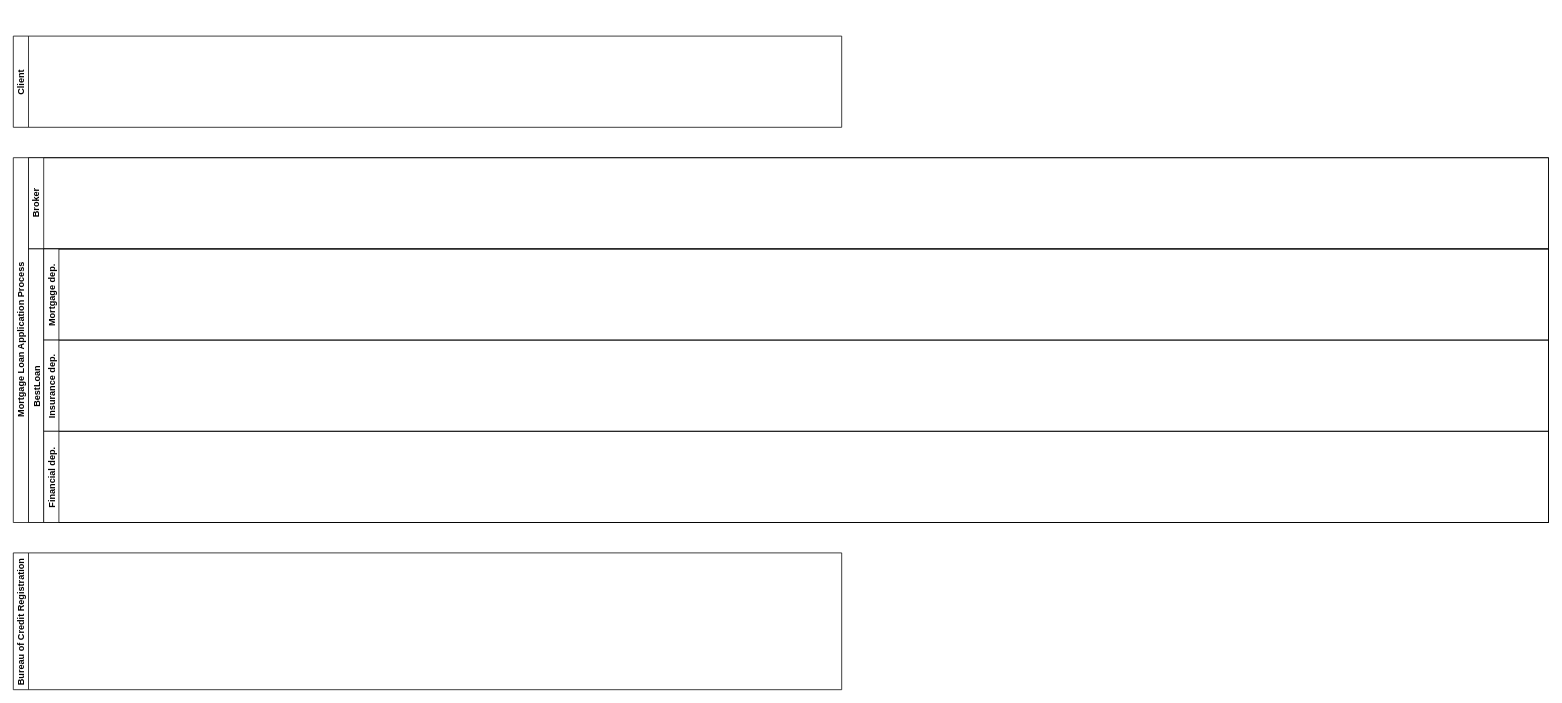
Above: mortgage_loan_process.drawio in gullskatten/BPMN-models (draw.io), before the change. Source tidied: cells renumbered, new cells numbered last; positions are measured from the earlier drawing's top-left corner, leaving out a move shared by most shapes. Both pictures are drawn from the tidied source at 76%, with x=0, y=0 at pixel (13, 36).
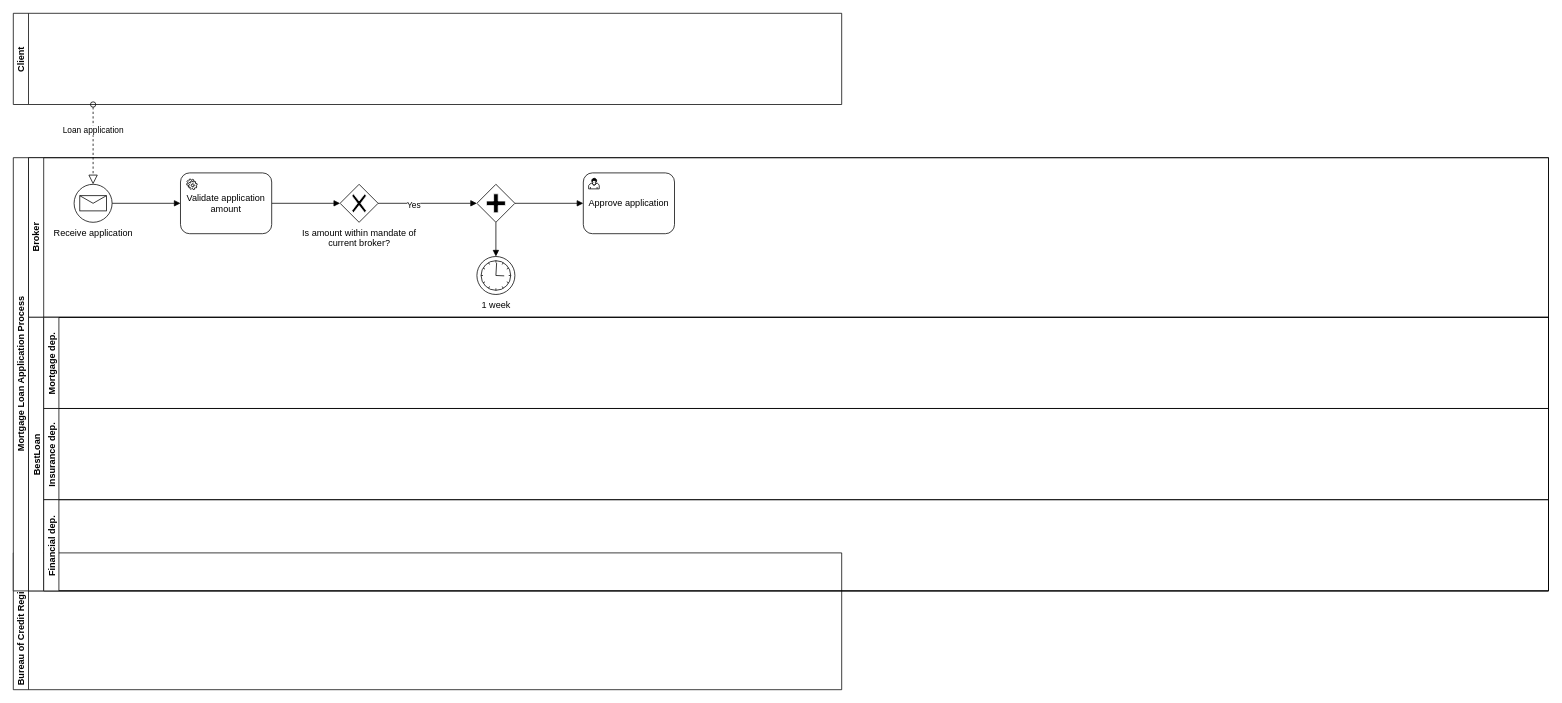
The same diagram, later.

The edit, as a diff of the source:
```diff
@@
     <mxCell id="3" value="Client" style="swimlane;startSize=20;horizontal=0;" parent="1" vertex="1">
-      <mxGeometry width="1090" height="120" as="geometry" />
+      <mxGeometry y="-30" width="1090" height="120" as="geometry" />
     </mxCell>
     <mxCell id="4" value="Mortgage Loan Application Process" style="swimlane;html=1;horizontal=0;startSize=20;" parent="1" vertex="1">
-      <mxGeometry y="160" width="2020" height="480" as="geometry" />
+      <mxGeometry y="160" width="2020" height="570" as="geometry" />
     </mxCell>
     <mxCell id="5" value="Broker" style="swimlane;html=1;startSize=20;horizontal=0;" parent="4" vertex="1">
-      <mxGeometry x="20" width="2000" height="120" as="geometry" />
+      <mxGeometry x="20" width="2000" height="210" as="geometry" />
     </mxCell>
+    <mxCell id="10" style="edgeStyle=orthogonalEdgeStyle;rounded=0;jettySize=auto;html=1;entryX=0;entryY=0.5;entryDx=0;entryDy=0;endArrow=block;endFill=1;" parent="5" edge="1" source="14" target="16">
+      <mxGeometry relative="1" as="geometry" />
+    </mxCell>
+    <mxCell id="11" style="edgeStyle=orthogonalEdgeStyle;rounded=0;jettySize=auto;html=1;entryX=0;entryY=0.5;entryDx=0;entryDy=0;endArrow=block;endFill=1;" parent="5" edge="1" source="12" target="21">
+      <mxGeometry relative="1" as="geometry" />
+    </mxCell>
+    <mxCell id="12" style="shape=mxgraph.bpmn.shape;html=1;verticalLabelPosition=bottom;labelBackgroundColor=#ffffff;verticalAlign=top;align=center;perimeter=rhombusPerimeter;background=gateway;outlineConnect=0;outline=none;symbol=parallelGw;" parent="5" vertex="1">
+      <mxGeometry x="590" y="35" width="50" height="50" as="geometry" />
+    </mxCell>
+    <mxCell id="13" value="Is amount within mandate of&lt;br&gt;current broker?" style="shape=mxgraph.bpmn.shape;html=1;verticalLabelPosition=bottom;labelBackgroundColor=#ffffff;verticalAlign=top;align=center;perimeter=rhombusPerimeter;background=gateway;outlineConnect=0;outline=none;symbol=exclusiveGw;" parent="5" vertex="1">
+      <mxGeometry x="410" y="35" width="50" height="50" as="geometry" />
+    </mxCell>
+    <mxCell id="14" value="Receive application" style="shape=mxgraph.bpmn.shape;html=1;verticalLabelPosition=bottom;labelBackgroundColor=#ffffff;verticalAlign=top;align=center;perimeter=ellipsePerimeter;outlineConnect=0;outline=standard;symbol=message;" parent="5" vertex="1">
+      <mxGeometry x="60" y="35" width="50" height="50" as="geometry" />
+    </mxCell>
+    <mxCell id="15" style="edgeStyle=orthogonalEdgeStyle;rounded=0;jettySize=auto;html=1;entryX=0;entryY=0.5;entryDx=0;entryDy=0;endArrow=block;endFill=1;" parent="5" edge="1" source="16" target="13">
+      <mxGeometry relative="1" as="geometry" />
+    </mxCell>
+    <mxCell id="16" value="Validate application&lt;br&gt;amount" style="html=1;whiteSpace=wrap;rounded=1;" parent="5" vertex="1">
+      <mxGeometry x="200" y="20" width="120" height="80" as="geometry" />
+    </mxCell>
+    <mxCell id="17" style="shape=mxgraph.bpmn.service_task;html=1;" parent="5" vertex="1">
+      <mxGeometry x="208" y="28" width="14" height="14" as="geometry" />
+    </mxCell>
+    <mxCell id="18" style="edgeStyle=orthogonalEdgeStyle;rounded=0;jettySize=auto;html=1;entryX=0.5;entryY=0;entryDx=0;entryDy=0;endArrow=block;endFill=1;exitX=0.5;exitY=1;exitDx=0;exitDy=0;" parent="5" edge="1" source="12" target="23">
+      <mxGeometry relative="1" as="geometry" />
+    </mxCell>
+    <mxCell id="19" style="edgeStyle=orthogonalEdgeStyle;rounded=0;jettySize=auto;html=1;endArrow=block;endFill=1;entryX=0;entryY=0.5;entryDx=0;entryDy=0;" parent="5" edge="1" source="13" target="12">
+      <mxGeometry relative="1" as="geometry" />
+    </mxCell>
+    <mxCell id="20" value="Yes" style="edgeLabel;html=1;align=center;verticalAlign=middle;" parent="19" vertex="1">
+      <mxGeometry x="-0.3" y="-2" relative="1" as="geometry" />
+    </mxCell>
+    <mxCell id="21" value="Approve application" style="html=1;whiteSpace=wrap;rounded=1;" parent="5" vertex="1">
+      <mxGeometry x="730" y="20" width="120" height="80" as="geometry" />
+    </mxCell>
+    <mxCell id="22" style="html=1;shape=mxgraph.bpmn.user_task;" parent="21" vertex="1">
+      <mxGeometry width="14" height="14" relative="1" as="geometry">
+        <mxPoint x="7" y="7" as="offset" />
+      </mxGeometry>
+    </mxCell>
+    <mxCell id="23" value="1 week" style="shape=mxgraph.bpmn.shape;html=1;verticalLabelPosition=bottom;labelBackgroundColor=#ffffff;verticalAlign=top;align=center;perimeter=ellipsePerimeter;outlineConnect=0;outline=standard;symbol=timer;" parent="5" vertex="1">
+      <mxGeometry x="590" y="130" width="50" height="50" as="geometry" />
+    </mxCell>
     <mxCell id="6" value="BestLoan" style="swimlane;startSize=20;horizontal=0;" parent="4" vertex="1">
-      <mxGeometry x="20" y="120" width="2000" height="360" as="geometry" />
+      <mxGeometry x="20" y="210" width="2000" height="360" as="geometry" />
     </mxCell>
@@
+    <mxCell id="24" style="startArrow=oval;startFill=0;startSize=7;endArrow=block;endFill=0;endSize=10;dashed=1;html=1;entryX=0.5;entryY=0;entryDx=0;entryDy=0;" parent="1" edge="1" target="14">
+      <mxGeometry relative="1" as="geometry">
+        <mxPoint x="105" y="90" as="sourcePoint" />
+      </mxGeometry>
+    </mxCell>
+    <mxCell id="25" value="Loan application" style="edgeLabel;html=1;align=center;verticalAlign=middle;" parent="24" vertex="1">
+      <mxGeometry x="-0.37" y="-1" relative="1" as="geometry" />
+    </mxCell>
```
